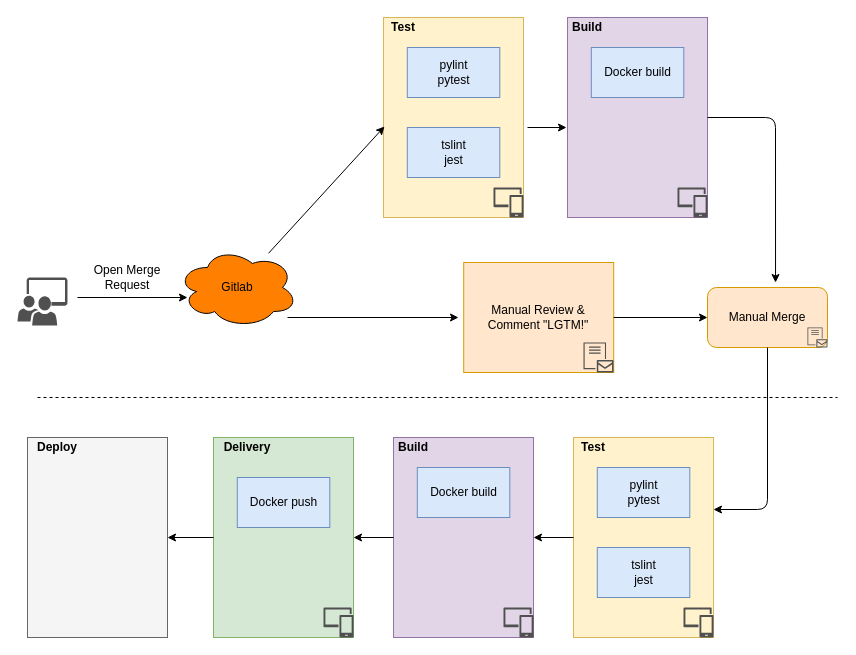
The draw.io diagram ci.drawio in sf-test/org-repo, before the edit. Source tidied: cells renumbered, new cells numbered last; positions are measured from the earlier drawing's top-left corner, leaving out a move shared by most shapes. Both pictures are drawn from the tidied source at 100%, with x=0, y=0 at pixel (17, 17).
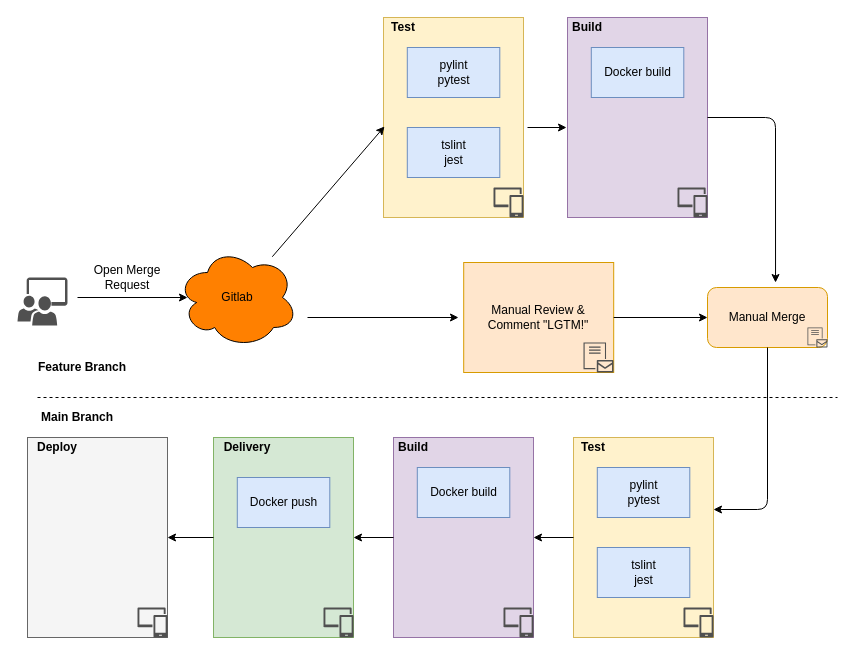
The same diagram, later.

Change to the diagram source:
```diff
@@
     <mxCell id="4" style="endArrow=classic;html=1;" parent="1" edge="1">
       <mxGeometry relative="1" as="geometry">
-        <mxPoint x="270" y="300" as="sourcePoint" />
+        <mxPoint x="290" y="300" as="sourcePoint" />
         <mxPoint x="441" y="300" as="targetPoint" />
       </mxGeometry>
     </mxCell>
@@
     <mxCell id="28" value="Gitlab" style="ellipse;shape=cloud;whiteSpace=wrap;html=1;fillColor=#FF8000;" parent="1" vertex="1">
-      <mxGeometry x="160" y="230" width="120" height="80" as="geometry" />
+      <mxGeometry x="160" y="230" width="120" height="100" as="geometry" />
     </mxCell>
@@
+    <mxCell id="44" value="&lt;b&gt;Feature Branch&lt;/b&gt;" style="text;html=1;strokeColor=none;fillColor=none;align=center;verticalAlign=middle;whiteSpace=wrap;rounded=0;" parent="1" vertex="1">
+      <mxGeometry x="10" y="340" width="110" height="20" as="geometry" />
+    </mxCell>
+    <mxCell id="45" value="&lt;b&gt;Main Branch&lt;/b&gt;" style="text;html=1;strokeColor=none;fillColor=none;align=center;verticalAlign=middle;whiteSpace=wrap;rounded=0;" parent="1" vertex="1">
+      <mxGeometry x="10" y="390" width="100" height="20" as="geometry" />
+    </mxCell>
+    <mxCell id="46" style="shadow=0;dashed=0;html=1;strokeColor=none;labelPosition=center;verticalLabelPosition=bottom;verticalAlign=top;align=center;fillColor=#505050;shape=mxgraph.mscae.intune.device_group;" parent="1" vertex="1">
+      <mxGeometry x="120" y="590" width="30" height="30" as="geometry" />
+    </mxCell>
```
